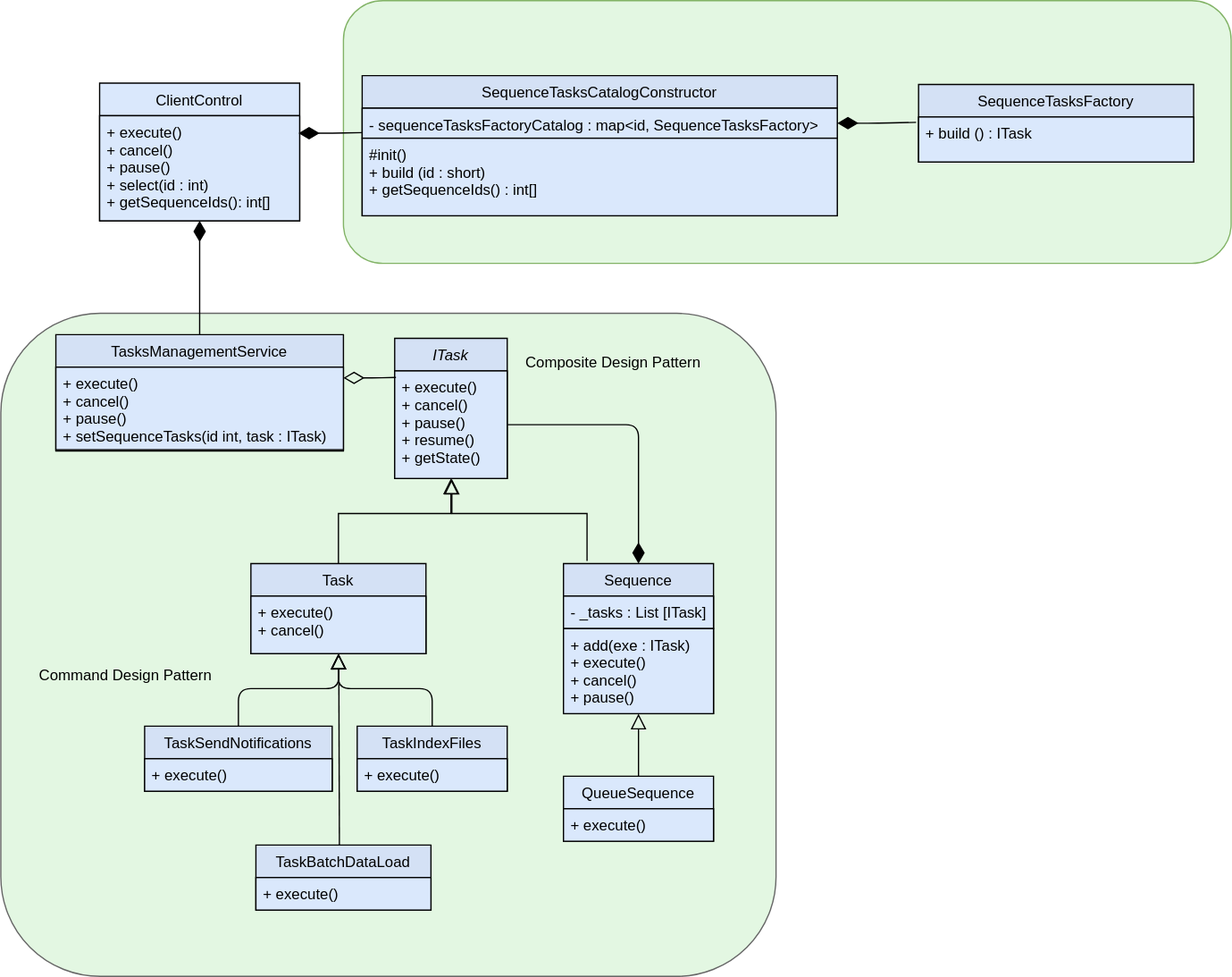
Earlier version of the draw.io export design/TaskManagementService.svg (cguz/task-management-service). Source tidied: cells renumbered, new cells last; positions are measured from the earlier drawing's top-left corner, leaving out a move shared by most shapes.
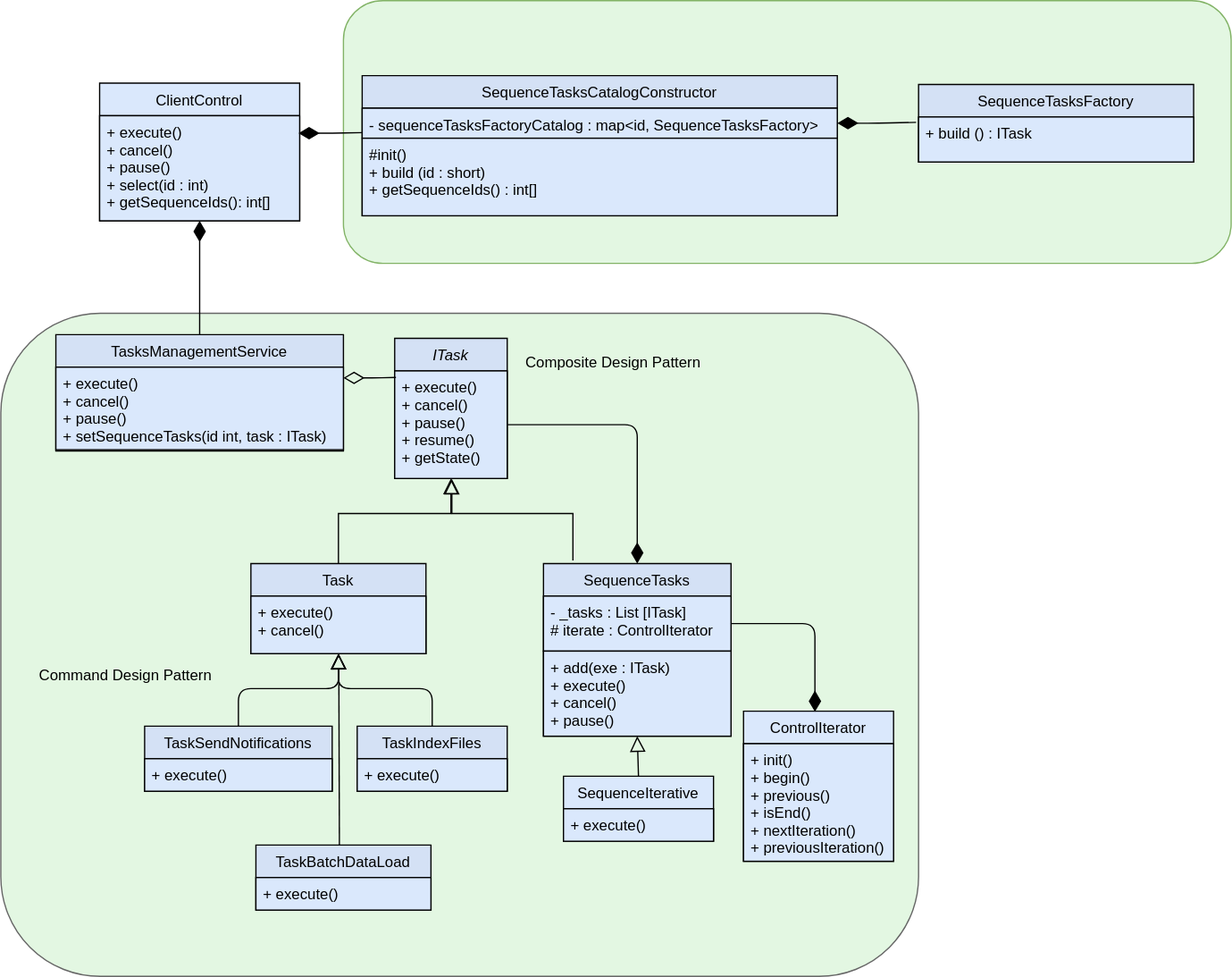
The same file after the commit.

Diff of the diagram source:
```diff
@@ -3,7 +3,7 @@
     <mxCell id="0" />
     <mxCell id="1" parent="0" />
     <mxCell id="2" style="rounded=1;whiteSpace=wrap;html=1;strokeColor=#666666;fontColor=#333333;fillColor=#E3F7E2;" parent="1" vertex="1">
-      <mxGeometry y="250" width="620" height="530" as="geometry" />
+      <mxGeometry y="250" width="734" height="530" as="geometry" />
     </mxCell>
     <mxCell id="3" style="rounded=1;whiteSpace=wrap;html=1;strokeColor=#82b366;fillColor=#E3F7E2;" parent="1" vertex="1">
       <mxGeometry x="274" width="710" height="210" as="geometry" />
@@ -47,16 +47,16 @@
         </Array>
       </mxGeometry>
     </mxCell>
-    <mxCell id="14" value="Sequence" style="swimlane;fontStyle=0;align=center;verticalAlign=top;horizontal=1;startSize=26;rounded=0;shadow=0;strokeWidth=1;fillColor=#D4E1F5;" parent="1" vertex="1">
-      <mxGeometry x="450" y="450" width="120" height="120" as="geometry" />
+    <mxCell id="14" value="SequenceTasks" style="swimlane;fontStyle=0;align=center;verticalAlign=top;horizontal=1;startSize=26;rounded=0;shadow=0;strokeWidth=1;fillColor=#D4E1F5;" parent="1" vertex="1">
+      <mxGeometry x="434" y="450" width="150" height="138" as="geometry" />
     </mxCell>
-    <mxCell id="15" value="- _tasks : List [ITask]" style="text;align=left;verticalAlign=top;spacingLeft=4;spacingRight=4;overflow=hidden;points=[[0,0.5],[1,0.5]];portConstraint=eastwest;fontStyle=0;fillColor=#dae8fc;strokeColor=#000000;" parent="14" vertex="1">
-      <mxGeometry y="26" width="120" height="26" as="geometry" />
+    <mxCell id="15" value="- _tasks : List [ITask]&#10;# iterate : ControlIterator&#10;" style="text;align=left;verticalAlign=top;spacingLeft=4;spacingRight=4;overflow=hidden;points=[[0,0.5],[1,0.5]];portConstraint=eastwest;fontStyle=0;fillColor=#dae8fc;strokeColor=#000000;" parent="14" vertex="1">
+      <mxGeometry y="26" width="150" height="44" as="geometry" />
     </mxCell>
     <mxCell id="16" value="+ add(exe : ITask)&#10;+ execute()&#10;+ cancel()&#10;+ pause()&#10;&#10;" style="text;align=left;verticalAlign=top;spacingLeft=4;spacingRight=4;overflow=hidden;fontStyle=0;fillColor=#dae8fc;strokeColor=#000000;" parent="14" vertex="1">
-      <mxGeometry y="52" width="120" height="68" as="geometry" />
+      <mxGeometry y="70" width="150" height="68" as="geometry" />
     </mxCell>
-    <mxCell id="17" value="QueueSequence" style="swimlane;fontStyle=0;align=center;verticalAlign=top;horizontal=1;startSize=26;rounded=0;shadow=0;strokeWidth=1;fillColor=#dae8fc;" parent="1" vertex="1">
+    <mxCell id="17" value="SequenceIterative" style="swimlane;fontStyle=0;align=center;verticalAlign=top;horizontal=1;startSize=26;rounded=0;shadow=0;strokeWidth=1;fillColor=#dae8fc;" parent="1" vertex="1">
       <mxGeometry x="450" y="620" width="120" height="52" as="geometry" />
     </mxCell>
     <mxCell id="18" value="+ execute()" style="text;align=left;verticalAlign=top;spacingLeft=4;spacingRight=4;overflow=hidden;fontStyle=0;fillColor=#dae8fc;strokeColor=#000000;" parent="17" vertex="1">
@@ -137,5 +137,14 @@
         </Array>
       </mxGeometry>
     </mxCell>
+    <mxCell id="41" value="ControlIterator" style="swimlane;fontStyle=0;align=center;verticalAlign=top;horizontal=1;startSize=26;rounded=0;shadow=0;strokeWidth=1;fillColor=#dae8fc;" parent="1" vertex="1">
+      <mxGeometry x="594" y="568" width="120" height="120" as="geometry" />
+    </mxCell>
+    <mxCell id="42" value="+ init()&#10;+ begin()&#10;+ previous()&#10;+ isEnd()&#10;+ nextIteration()&#10;+ previousIteration()&#10;" style="text;align=left;verticalAlign=top;spacingLeft=4;spacingRight=4;overflow=hidden;fontStyle=0;fillColor=#dae8fc;strokeColor=#000000;" parent="41" vertex="1">
+      <mxGeometry y="26" width="120" height="94" as="geometry" />
+    </mxCell>
+    <mxCell id="43" style="endArrow=none;html=1;endSize=12;startArrow=diamondThin;startSize=14;startFill=1;edgeStyle=orthogonalEdgeStyle;align=left;verticalAlign=bottom;exitX=0.476;exitY=0.004;exitDx=0;exitDy=0;endFill=0;exitPerimeter=0;" parent="1" edge="1" source="41" target="15">
+      <mxGeometry x="-1" y="3" relative="1" as="geometry" />
+    </mxCell>
   </root>
 </mxGraphModel>
```
